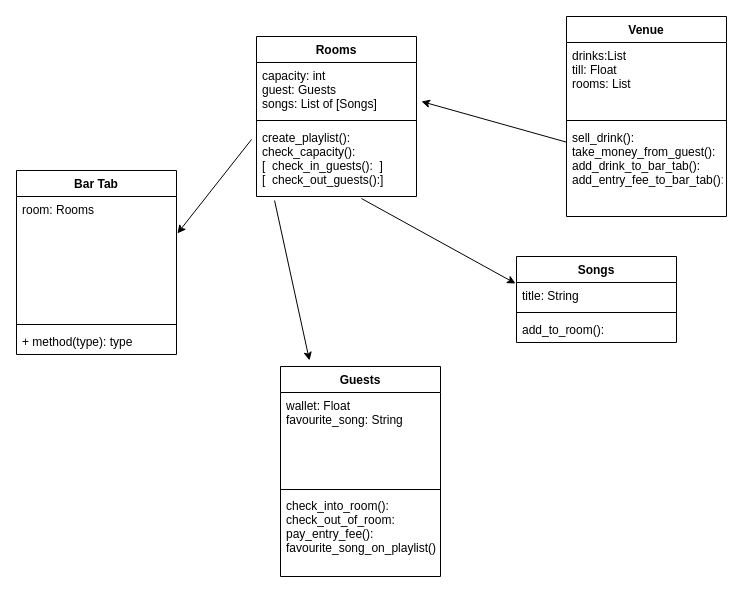
The draw.io diagram Weekend2_homework.drawio in emmDevs/weekend2_homework, before the edit. Source tidied: cells renumbered, new cells numbered last; positions are measured from the earlier drawing's top-left corner, leaving out a move shared by most shapes. Both pictures are drawn from the tidied source at 100%, with x=0, y=0 at pixel (16, 16).
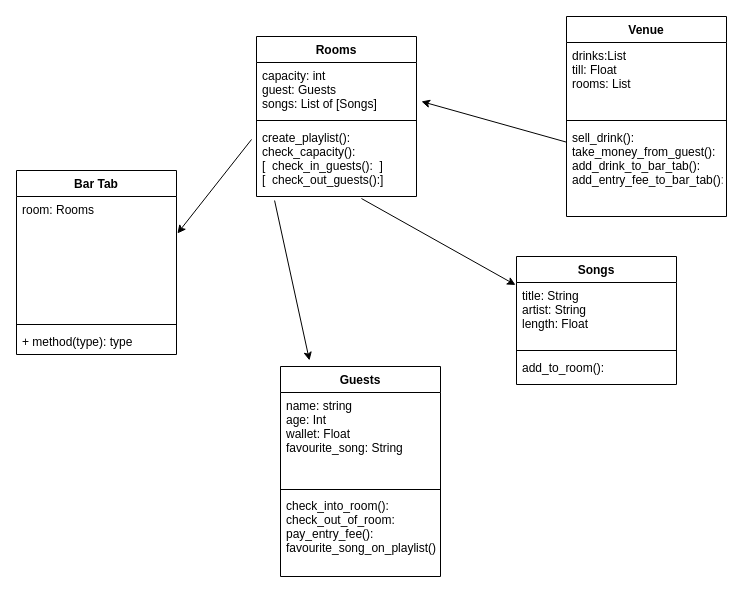
The same page after the edit.

Commit message (it also covers changes not shown here):
check song has a title passed

The change refers to these unchanged cells:
```xml
<mxCell id="17" value="Guests" style="swimlane;fontStyle=1;align=center;verticalAlign=top;horizontal=1;startSize=26;" parent="1" vertex="1">
  <mxGeometry x="264" y="350" width="160" height="210" as="geometry" />
</mxCell>
```

The edit, as a diff of the source:
```diff
@@
     <mxCell id="13" value="Songs" style="swimlane;fontStyle=1;align=center;verticalAlign=top;horizontal=1;startSize=26;" parent="1" vertex="1">
-      <mxGeometry x="500" y="240" width="160" height="86" as="geometry" />
+      <mxGeometry x="500" y="240" width="160" height="128" as="geometry" />
     </mxCell>
-    <mxCell id="14" value="title: String" style="text;strokeColor=none;fillColor=none;align=left;verticalAlign=top;spacingLeft=4;spacingRight=4;overflow=hidden;points=[[0,0.5],[1,0.5]];portConstraint=eastwest;" parent="13" vertex="1">
-      <mxGeometry y="26" width="160" height="26" as="geometry" />
+    <mxCell id="14" value="title: String&#10;artist: String&#10;length: Float" style="text;strokeColor=none;fillColor=none;align=left;verticalAlign=top;spacingLeft=4;spacingRight=4;overflow=hidden;points=[[0,0.5],[1,0.5]];portConstraint=eastwest;" parent="13" vertex="1">
+      <mxGeometry y="26" width="160" height="64" as="geometry" />
     </mxCell>
     <mxCell id="15" style="line;strokeWidth=1;fillColor=none;align=left;verticalAlign=middle;spacingTop=-1;spacingLeft=3;spacingRight=3;labelPosition=right;" parent="13" vertex="1">
-      <mxGeometry y="52" width="160" height="8" as="geometry" />
+      <mxGeometry y="90" width="160" height="8" as="geometry" />
     </mxCell>
     <mxCell id="16" value="add_to_room():" style="text;strokeColor=none;fillColor=none;align=left;verticalAlign=top;spacingLeft=4;spacingRight=4;overflow=hidden;" parent="13" vertex="1">
-      <mxGeometry y="60" width="160" height="26" as="geometry" />
+      <mxGeometry y="98" width="160" height="30" as="geometry" />
     </mxCell>
@@
-    <mxCell id="18" value="wallet: Float&#10;favourite_song: String" style="text;strokeColor=none;fillColor=none;align=left;verticalAlign=top;spacingLeft=4;spacingRight=4;overflow=hidden;" parent="17" vertex="1">
+    <mxCell id="18" value="name: string&#10;age: Int&#10;wallet: Float&#10;favourite_song: String" style="text;strokeColor=none;fillColor=none;align=left;verticalAlign=top;spacingLeft=4;spacingRight=4;overflow=hidden;" parent="17" vertex="1">
       <mxGeometry y="26" width="160" height="94" as="geometry" />
     </mxCell>
```
